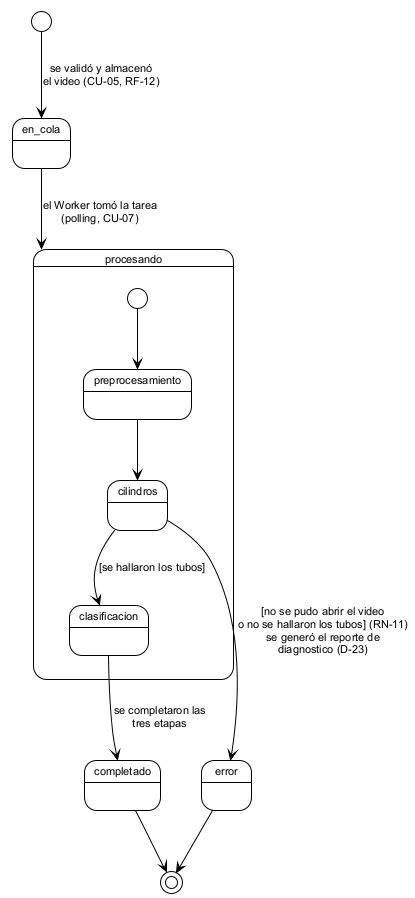
ErickJester/fst-ai-system-latex keeps this PlantUML diagram as figures/mermaid/estados_analisis.png. Above is the earlier version.
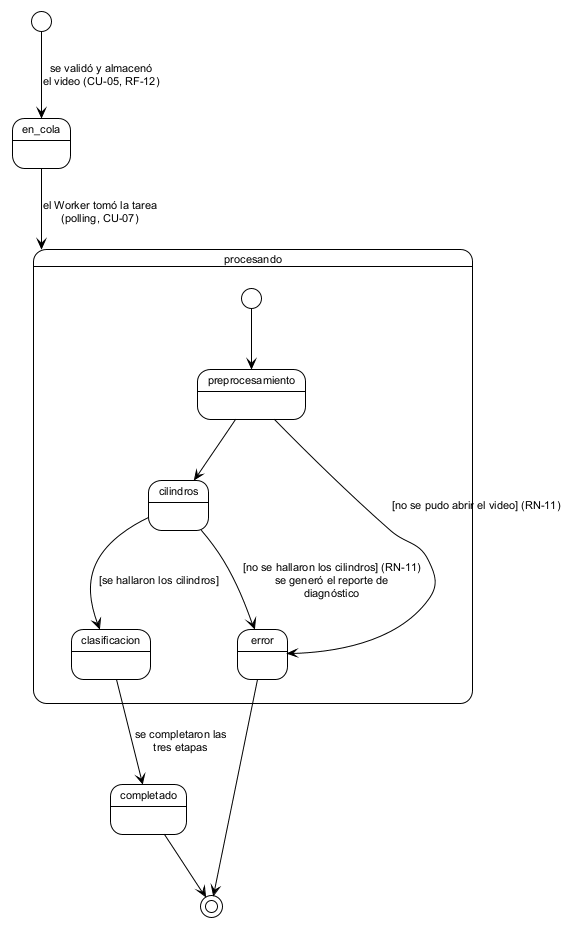
Above is the later version.

Diff of the diagram source:
```diff
@@ -9,11 +9,12 @@
 state procesando {
   [*] --> preprocesamiento
   preprocesamiento --> cilindros
-  cilindros --> clasificacion : [se hallaron los tubos]
+  preprocesamiento --> error : [no se pudo abrir el video] (RN-11)
+  cilindros --> clasificacion : [se hallaron los cilindros]
 }
 
 en_cola --> procesando : el Worker tomó la tarea\n(polling, CU-07)
-cilindros --> error : [no se pudo abrir el video\no no se hallaron los tubos] (RN-11)\nse generó el reporte de\ndiagnostico (D-23)
+cilindros --> error : [no se hallaron los cilindros] (RN-11)\nse generó el reporte de\ndiagnóstico
 clasificacion --> completado : se completaron las\ntres etapas
 
 completado --> [*]
```
